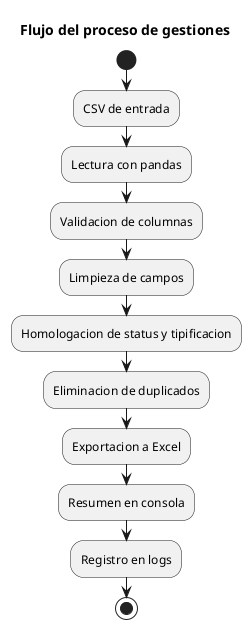
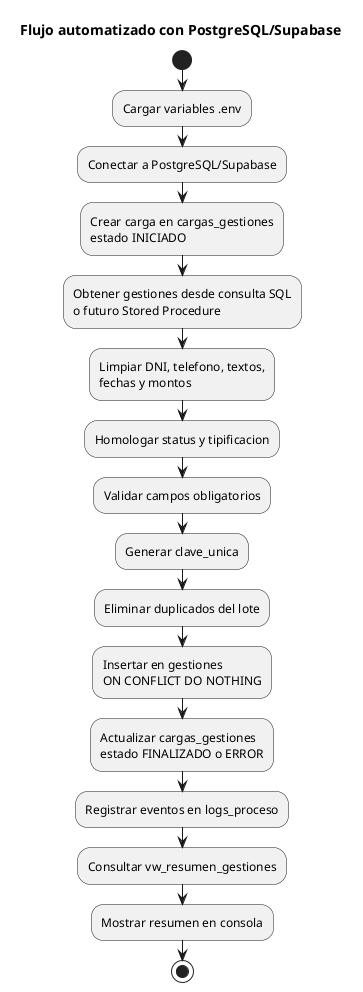
@startuml
- title Flujo del proceso de gestiones
+ title Flujo automatizado con PostgreSQL/Supabase

start
- :CSV de entrada;
- :Lectura con pandas;
- :Validacion de columnas;
- :Limpieza de campos;
- :Homologacion de status y tipificacion;
- :Eliminacion de duplicados;
- :Exportacion a Excel;
- :Resumen en consola;
- :Registro en logs;
+ :Cargar variables .env;
+ :Conectar a PostgreSQL/Supabase;
+ :Crear carga en cargas_gestiones\nestado INICIADO;
+ :Obtener gestiones desde consulta SQL\no futuro Stored Procedure;
+ :Limpiar DNI, telefono, textos,\nfechas y montos;
+ :Homologar status y tipificacion;
+ :Validar campos obligatorios;
+ :Generar clave_unica;
+ :Eliminar duplicados del lote;
+ :Insertar en gestiones\nON CONFLICT DO NOTHING;
+ :Actualizar cargas_gestiones\nestado FINALIZADO o ERROR;
+ :Registrar eventos en logs_proceso;
+ :Consultar vw_resumen_gestiones;
+ :Mostrar resumen en consola;
stop

@enduml

